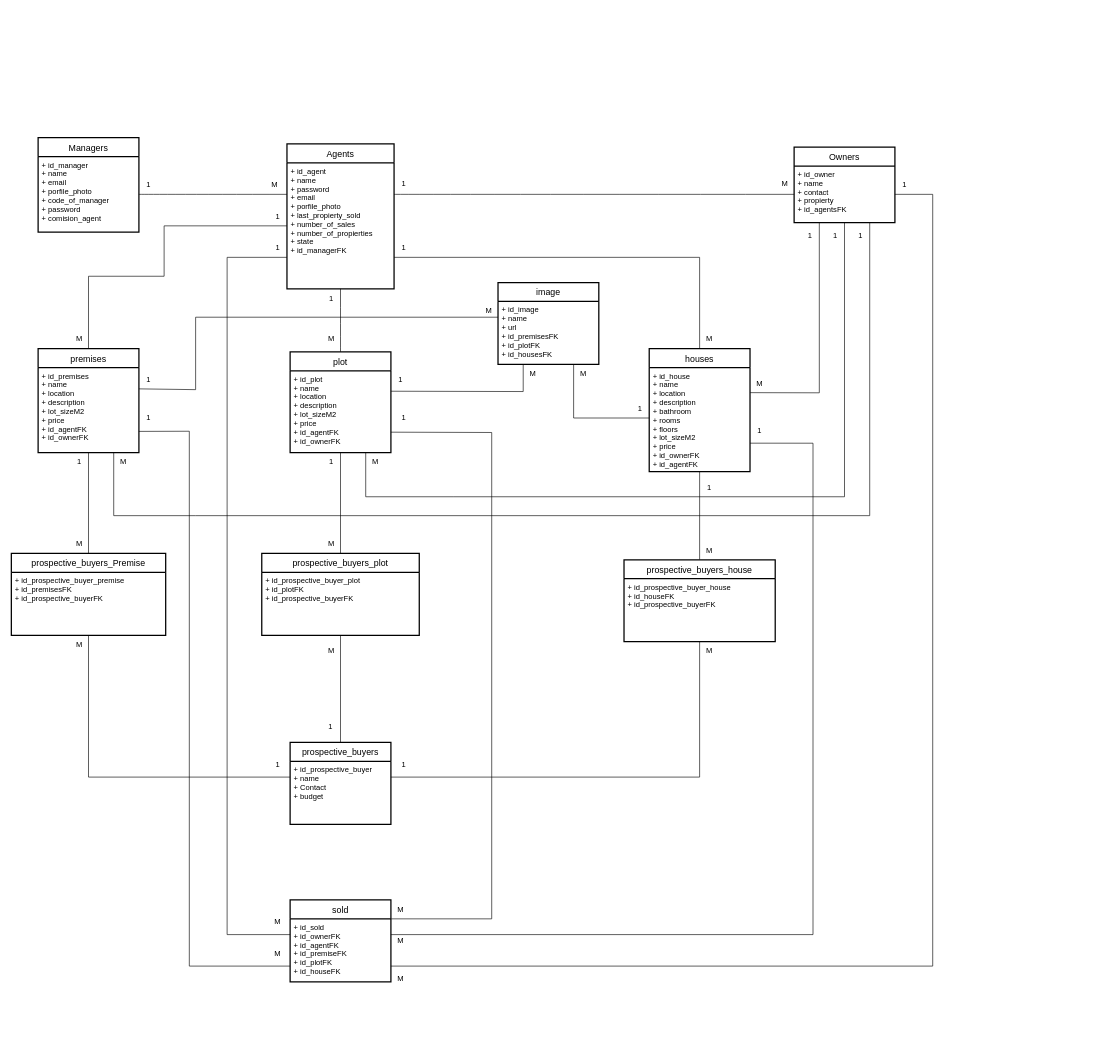
Mane-jaker/Carrot-State-BackEnd keeps this draw.io diagram as database/imobiliaria_2.2.drawio. Above is the earlier version. Source tidied: cells renumbered, new cells numbered last; positions are measured from the earlier drawing's top-left corner, leaving out a move shared by most shapes. Both pictures are drawn from the tidied source at 63%, with x=0, y=0 at pixel (11, 137).
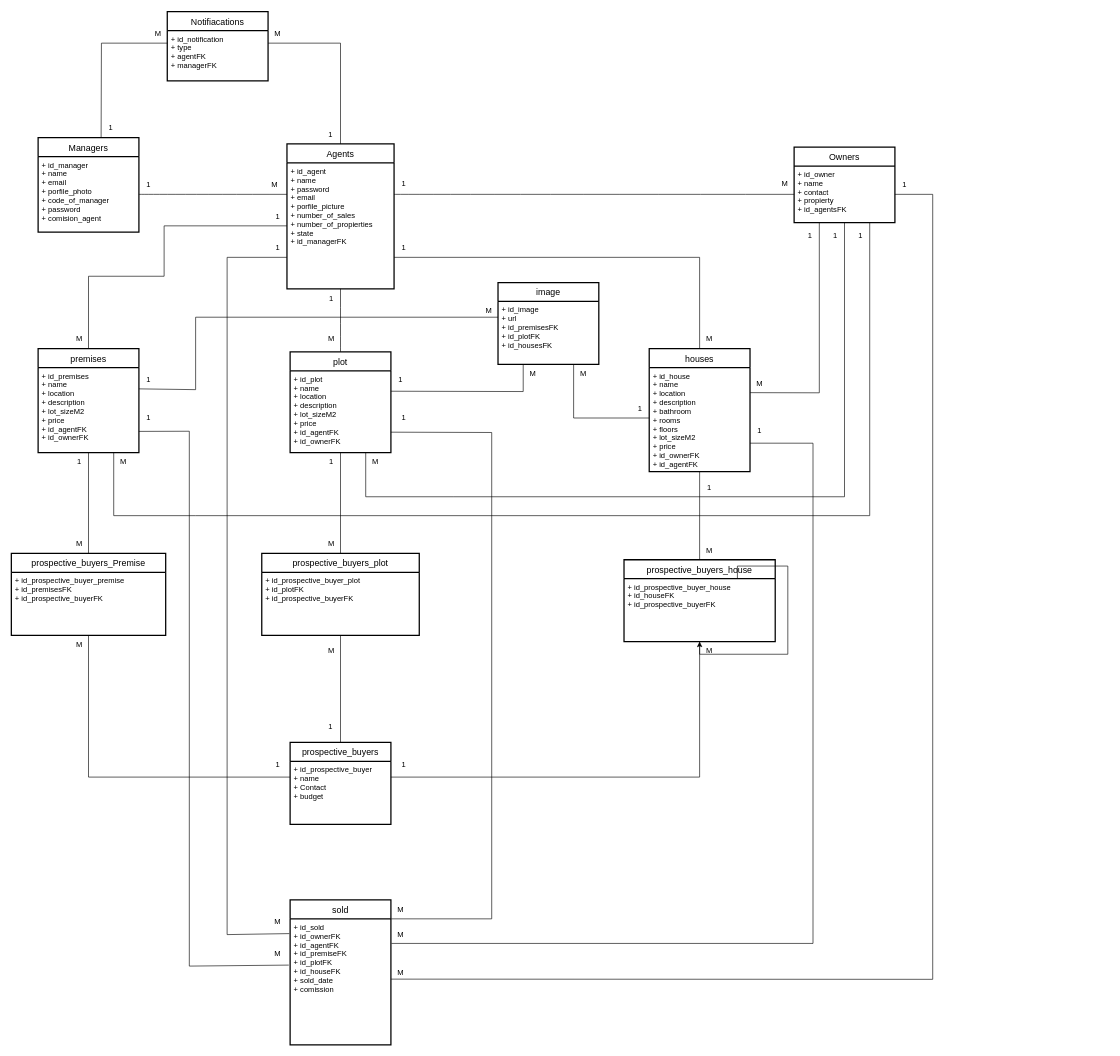
After the change.

Unchanged cells that the change refers to:
```xml
<mxCell id="5" value="+ id_premises&#10;+ name&#10;+ location&#10;+ description &#10;+ lot_sizeM2 &#10;+ price&#10;+ id_agentFK&#10;+ id_ownerFK" style="align=left;strokeColor=none;fillColor=none;spacingLeft=4;fontSize=12;verticalAlign=top;" parent="4" vertex="1">
  <mxGeometry y="30" width="160" height="135" as="geometry" />
</mxCell>
<mxCell id="10" value="Agents" style="swimlane;horizontal=1;startSize=30;fontSize=14;fontStyle=0;strokeWidth=2;shadow=0;dashed=0;align=center;" parent="1" vertex="1">
  <mxGeometry x="437" y="10" width="170" height="230" as="geometry" />
</mxCell>
<mxCell id="15" value="+ id_owner&#10;+ name&#10;+ contact&#10;+ propierty&#10;+ id_agentsFK&#10;" style="align=left;strokeColor=none;fillColor=none;spacingLeft=4;fontSize=12;verticalAlign=top;rounded=0;sketch=0;" parent="14" vertex="1">
  <mxGeometry y="30" width="160" height="90" as="geometry" />
</mxCell>
<mxCell id="46" value="prospective_buyers_house" style="swimlane;horizontal=1;startSize=30;fontSize=14;fontStyle=0;strokeWidth=2;shadow=0;dashed=0;align=center;" parent="1" vertex="1">
  <mxGeometry x="972" y="670" width="240" height="130" as="geometry" />
</mxCell>
<mxCell id="47" value="+ id_prospective_buyer_house&#10;+ id_houseFK&#10;+ id_prospective_buyerFK" style="align=left;strokeColor=none;fillColor=none;spacingLeft=4;fontSize=12;verticalAlign=top;" parent="46" vertex="1">
  <mxGeometry y="30" width="240" height="100" as="geometry" />
</mxCell>
<mxCell id="59" value="image" style="swimlane;horizontal=1;startSize=30;fontSize=14;fontStyle=0;strokeWidth=2;shadow=0;dashed=0;align=center;" parent="1" vertex="1">
  <mxGeometry x="772" y="230" width="160" height="130" as="geometry" />
</mxCell>
<mxCell id="64" value="+ id_house&#10;+ name&#10;+ location&#10;+ description&#10;+ bathroom&#10;+ rooms &#10;+ floors&#10;+ lot_sizeM2 &#10;+ price&#10;+ id_ownerFK&#10;+ id_agentFK" style="align=left;strokeColor=none;fillColor=none;spacingLeft=4;fontSize=12;verticalAlign=top;" parent="63" vertex="1">
  <mxGeometry y="30" width="160" height="165" as="geometry" />
</mxCell>
```

Change to the diagram source:
```diff
@@
-    <mxCell id="11" value="+ id_agent&#10;+ name&#10;+ password&#10;+ email&#10;+ porfile_photo&#10;+ last_propierty_sold&#10;+ number_of_sales&#10;+ number_of_propierties&#10;+ state&#10;+ id_managerFK" style="align=left;strokeColor=none;fillColor=none;spacingLeft=4;fontSize=12;verticalAlign=top;" parent="10" vertex="1">
+    <mxCell id="11" value="+ id_agent&#10;+ name&#10;+ password&#10;+ email&#10;+ porfile_picture&#10;+ number_of_sales&#10;+ number_of_propierties&#10;+ state&#10;+ id_managerFK" style="align=left;strokeColor=none;fillColor=none;spacingLeft=4;fontSize=12;verticalAlign=top;" parent="10" vertex="1">
       <mxGeometry y="30" width="170" height="200" as="geometry" />
     </mxCell>
@@
+    <mxCell id="96" style="edgeStyle=orthogonalEdgeStyle;rounded=0;orthogonalLoop=1;jettySize=auto;html=1;exitX=0.75;exitY=0;exitDx=0;exitDy=0;" parent="46" edge="1" source="47" target="47">
+      <mxGeometry relative="1" as="geometry" />
+    </mxCell>
@@
-    <mxCell id="60" value="+ id_image&#10;+ name&#10;+ url&#10;+ id_premisesFK&#10;+ id_plotFK&#10;+ id_housesFK&#10;" style="align=left;strokeColor=none;fillColor=none;spacingLeft=4;fontSize=12;verticalAlign=top;" parent="59" vertex="1">
+    <mxCell id="60" value="+ id_image&#10;+ url&#10;+ id_premisesFK&#10;+ id_plotFK&#10;+ id_housesFK&#10;" style="align=left;strokeColor=none;fillColor=none;spacingLeft=4;fontSize=12;verticalAlign=top;" parent="59" vertex="1">
       <mxGeometry y="30" width="160" height="100" as="geometry" />
     </mxCell>
@@
     <mxCell id="65" value="sold" style="swimlane;horizontal=1;startSize=30;fontSize=14;fontStyle=0;strokeWidth=2;shadow=0;dashed=0;align=center;" parent="1" vertex="1">
-      <mxGeometry x="442" y="1210" width="160" height="130" as="geometry" />
+      <mxGeometry x="442" y="1210" width="160" height="230" as="geometry" />
     </mxCell>
-    <mxCell id="66" value="+ id_sold&#10;+ id_ownerFK&#10;+ id_agentFK&#10;+ id_premiseFK&#10;+ id_plotFK&#10;+ id_houseFK" style="align=left;strokeColor=none;fillColor=none;spacingLeft=4;fontSize=12;verticalAlign=top;" parent="65" vertex="1">
-      <mxGeometry y="30" width="160" height="100" as="geometry" />
+    <mxCell id="66" value="+ id_sold&#10;+ id_ownerFK&#10;+ id_agentFK&#10;+ id_premiseFK&#10;+ id_plotFK&#10;+ id_houseFK&#10;+ sold_date&#10;+ comission&#10;" style="align=left;strokeColor=none;fillColor=none;spacingLeft=4;fontSize=12;verticalAlign=top;" parent="65" vertex="1">
+      <mxGeometry y="30" width="160" height="200" as="geometry" />
     </mxCell>
@@
-    <mxCell id="81" style="endArrow=none;html=1;rounded=0;entryX=0;entryY=0.75;entryDx=0;entryDy=0;exitX=1;exitY=0.75;exitDx=0;exitDy=0;" parent="1" edge="1" source="5" target="66">
+    <mxCell id="81" style="endArrow=none;html=1;rounded=0;entryX=-0.013;entryY=0.367;entryDx=0;entryDy=0;exitX=1;exitY=0.75;exitDx=0;exitDy=0;entryPerimeter=0;" parent="1" edge="1" source="5" target="66">
       <mxGeometry relative="1" as="geometry">
         <Array as="points">
           <mxPoint x="282" y="466" />
           <mxPoint x="282" y="1315" />
         </Array>
       </mxGeometry>
     </mxCell>
-    <mxCell id="82" style="endArrow=none;html=1;rounded=0;exitX=0;exitY=0.25;exitDx=0;exitDy=0;entryX=0;entryY=0.75;entryDx=0;entryDy=0;" parent="1" edge="1" source="66" target="11">
+    <mxCell id="82" style="endArrow=none;html=1;rounded=0;exitX=-0.008;exitY=0.117;exitDx=0;exitDy=0;entryX=0;entryY=0.75;entryDx=0;entryDy=0;exitPerimeter=0;" parent="1" edge="1" source="66" target="11">
       <mxGeometry relative="1" as="geometry">
         <Array as="points">
           <mxPoint x="342" y="1265" />
           <mxPoint x="342" y="190" />
         </Array>
       </mxGeometry>
     </mxCell>
@@
-    <mxCell id="84" style="endArrow=none;html=1;rounded=0;exitX=1;exitY=0.25;exitDx=0;exitDy=0;entryX=1;entryY=0.727;entryDx=0;entryDy=0;entryPerimeter=0;" parent="1" edge="1" source="66" target="64">
+    <mxCell id="84" style="endArrow=none;html=1;rounded=0;exitX=0.029;exitY=0.967;exitDx=0;exitDy=0;entryX=1;entryY=0.727;entryDx=0;entryDy=0;entryPerimeter=0;exitPerimeter=0;" parent="1" edge="1" source="90" target="64">
       <mxGeometry relative="1" as="geometry">
         <Array as="points">
-          <mxPoint x="1272" y="1265" />
+          <mxPoint x="1272" y="1279" />
           <mxPoint x="1272" y="485" />
         </Array>
       </mxGeometry>
     </mxCell>
-    <mxCell id="85" style="endArrow=none;html=1;rounded=0;exitX=1;exitY=0.75;exitDx=0;exitDy=0;entryX=1;entryY=0.5;entryDx=0;entryDy=0;" parent="1" edge="1" source="66" target="15">
+    <mxCell id="85" style="endArrow=none;html=1;rounded=0;exitX=0.011;exitY=0.856;exitDx=0;exitDy=0;entryX=1;entryY=0.5;entryDx=0;entryDy=0;exitPerimeter=0;" parent="1" edge="1" source="89" target="15">
       <mxGeometry relative="1" as="geometry">
         <Array as="points">
-          <mxPoint x="1462" y="1315" />
+          <mxPoint x="1462" y="1336" />
           <mxPoint x="1462" y="90" />
         </Array>
       </mxGeometry>
     </mxCell>
@@
     <mxCell id="89" value="M" style="text;html=1;align=center;verticalAlign=middle;points=[];strokeColor=none;fillColor=none;hachureGap=4;" parent="1" vertex="1">
-      <mxGeometry x="602" y="1320" width="30" height="30" as="geometry" />
+      <mxGeometry x="602" y="1310" width="30" height="30" as="geometry" />
     </mxCell>
     <mxCell id="90" value="M" style="text;html=1;align=center;verticalAlign=middle;points=[];strokeColor=none;fillColor=none;hachureGap=4;" parent="1" vertex="1">
-      <mxGeometry x="602" y="1260" width="30" height="30" as="geometry" />
+      <mxGeometry x="602" y="1250" width="30" height="30" as="geometry" />
     </mxCell>
@@
+    <mxCell id="97" value="Notifiacations" style="swimlane;horizontal=1;startSize=30;fontSize=14;fontStyle=0;strokeWidth=2;shadow=0;dashed=0;align=center;" parent="1" vertex="1">
+      <mxGeometry x="247" y="-200" width="160" height="110" as="geometry" />
+    </mxCell>
+    <mxCell id="98" value="+ id_notification&#10;+ type&#10;+ agentFK&#10;+ managerFK" style="align=left;strokeColor=none;fillColor=none;spacingLeft=4;fontSize=12;verticalAlign=top;" parent="97" vertex="1">
+      <mxGeometry y="30" width="160" height="80" as="geometry" />
+    </mxCell>
+    <mxCell id="99" style="endArrow=none;html=1;rounded=0;startSize=14;endSize=14;sourcePerimeterSpacing=8;targetPerimeterSpacing=8;entryX=0.5;entryY=0;entryDx=0;entryDy=0;exitX=1;exitY=0.25;exitDx=0;exitDy=0;strokeColor=default;edgeStyle=orthogonalEdgeStyle;" parent="1" edge="1" source="98" target="10">
+      <mxGeometry relative="1" as="geometry" />
+    </mxCell>
+    <mxCell id="100" value="M" style="text;html=1;align=center;verticalAlign=middle;strokeColor=none;fillColor=none;hachureGap=4;" parent="1" vertex="1">
+      <mxGeometry x="407" y="-180" width="30" height="30" as="geometry" />
+    </mxCell>
+    <mxCell id="101" value="1&lt;br&gt;" style="text;html=1;align=center;verticalAlign=middle;strokeColor=none;fillColor=none;hachureGap=4;" parent="1" vertex="1">
+      <mxGeometry x="491" y="-20" width="30" height="30" as="geometry" />
+    </mxCell>
+    <mxCell id="102" style="endArrow=none;html=1;rounded=0;startSize=14;endSize=14;sourcePerimeterSpacing=8;targetPerimeterSpacing=8;entryX=0.5;entryY=0;entryDx=0;entryDy=0;exitX=0;exitY=0.25;exitDx=0;exitDy=0;strokeColor=default;edgeStyle=orthogonalEdgeStyle;" parent="1" edge="1" source="98">
+      <mxGeometry relative="1" as="geometry">
+        <mxPoint x="142" as="targetPoint" />
+      </mxGeometry>
+    </mxCell>
+    <mxCell id="103" value="M" style="text;html=1;align=center;verticalAlign=middle;strokeColor=none;fillColor=none;hachureGap=4;" parent="1" vertex="1">
+      <mxGeometry x="217" y="-180" width="30" height="30" as="geometry" />
+    </mxCell>
+    <mxCell id="104" value="1&lt;br&gt;" style="text;html=1;align=center;verticalAlign=middle;strokeColor=none;fillColor=none;hachureGap=4;" parent="1" vertex="1">
+      <mxGeometry x="142" y="-30" width="30" height="30" as="geometry" />
+    </mxCell>
```
